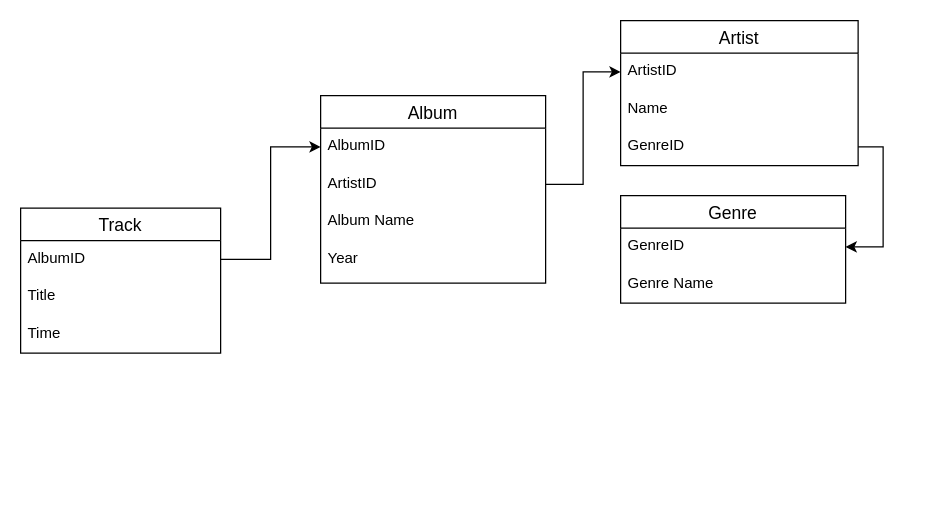
This is Untitled Diagram.drawio from Ssafontsev/ht, a draw.io file, before an edit. Source tidied: cells renumbered, new cells numbered last; positions are measured from the earlier drawing's top-left corner, leaving out a move shared by most shapes. Both pictures are drawn from the tidied source at 125%, with x=0, y=0 at pixel (20, 20).
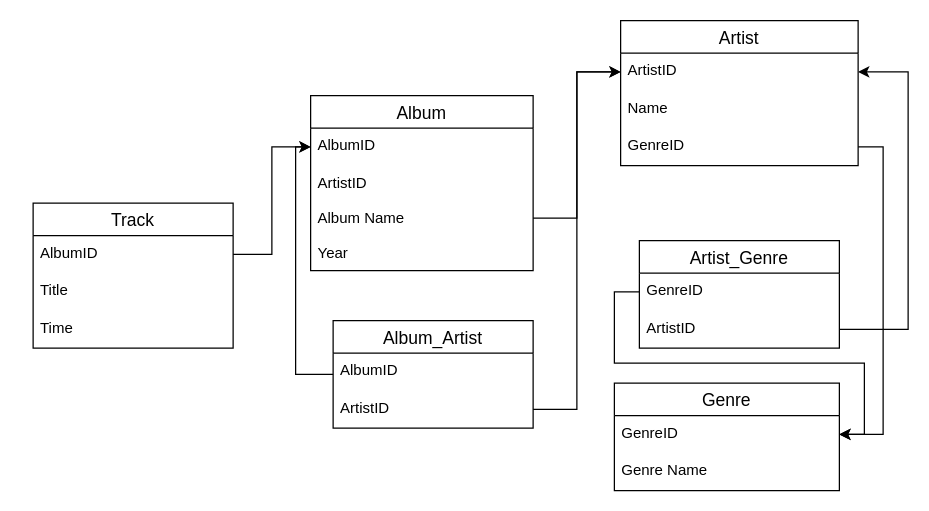
Above is the later version.

The change refers to these unchanged cells:
```xml
<mxCell id="7" value="ArtistID" style="text;strokeColor=none;fillColor=none;spacingLeft=4;spacingRight=4;overflow=hidden;points=[[0,0.5],[1,0.5]];portConstraint=eastwest;fontSize=12;" parent="6" vertex="1">
  <mxGeometry y="26" width="190" height="30" as="geometry" />
</mxCell>
<mxCell id="15" value="GenreID" style="text;strokeColor=none;fillColor=none;spacingLeft=4;spacingRight=4;overflow=hidden;points=[[0,0.5],[1,0.5]];portConstraint=eastwest;fontSize=12;" parent="14" vertex="1">
  <mxGeometry y="26" width="180" height="30" as="geometry" />
</mxCell>
```

The edit, as a diff of the source:
```diff
@@
     <mxCell id="2" value="Track" style="swimlane;fontStyle=0;horizontal=1;startSize=26;align=center;fontSize=14;" parent="1" vertex="1">
-      <mxGeometry y="150" width="160" height="116" as="geometry" />
+      <mxGeometry x="10" y="146" width="160" height="116" as="geometry" />
     </mxCell>
@@
-    <mxCell id="10" value="Album" style="swimlane;fontStyle=0;horizontal=1;startSize=26;align=center;fontSize=14;" parent="1" vertex="1">
-      <mxGeometry x="240" y="60" width="180" height="150" as="geometry" />
-    </mxCell>
-    <mxCell id="11" value="AlbumID" style="text;strokeColor=none;fillColor=none;spacingLeft=4;spacingRight=4;overflow=hidden;points=[[0,0.5],[1,0.5]];portConstraint=eastwest;fontSize=12;" parent="10" vertex="1">
-      <mxGeometry y="26" width="180" height="30" as="geometry" />
-    </mxCell>
-    <mxCell id="12" value="ArtistID" style="text;strokeColor=none;fillColor=none;spacingLeft=4;spacingRight=4;overflow=hidden;points=[[0,0.5],[1,0.5]];portConstraint=eastwest;fontSize=12;" parent="10" vertex="1">
-      <mxGeometry y="56" width="180" height="30" as="geometry" />
-    </mxCell>
-    <mxCell id="13" value="Album Name&#10;" style="text;strokeColor=none;fillColor=none;spacingLeft=4;spacingRight=4;overflow=hidden;fontSize=12;" parent="10" vertex="1">
-      <mxGeometry y="86" width="180" height="64" as="geometry" />
-    </mxCell>
     <mxCell id="14" value="Genre" style="swimlane;fontStyle=0;horizontal=1;startSize=26;align=center;fontSize=14;" parent="1" vertex="1">
-      <mxGeometry x="480" y="140" width="180" height="86" as="geometry" />
+      <mxGeometry x="475" y="290" width="180" height="86" as="geometry" />
     </mxCell>
@@
-    <mxCell id="18" value="Year" style="text;strokeColor=none;fillColor=none;spacingLeft=4;spacingRight=4;overflow=hidden;fontSize=12;" parent="1" vertex="1">
-      <mxGeometry x="240" y="176" width="160" height="30" as="geometry" />
-    </mxCell>
@@
+    <mxCell id="21" value="Artist_Genre" style="swimlane;fontStyle=0;horizontal=1;startSize=26;align=center;fontSize=14;" parent="1" vertex="1">
+      <mxGeometry x="495" y="176" width="160" height="86" as="geometry" />
+    </mxCell>
+    <mxCell id="22" value="GenreID&#10;" style="text;strokeColor=none;fillColor=none;spacingLeft=4;spacingRight=4;overflow=hidden;points=[[0,0.5],[1,0.5]];portConstraint=eastwest;fontSize=12;" parent="21" vertex="1">
+      <mxGeometry y="26" width="160" height="30" as="geometry" />
+    </mxCell>
+    <mxCell id="23" value="ArtistID" style="text;strokeColor=none;fillColor=none;spacingLeft=4;spacingRight=4;overflow=hidden;points=[[0,0.5],[1,0.5]];portConstraint=eastwest;fontSize=12;" parent="21" vertex="1">
+      <mxGeometry y="56" width="160" height="30" as="geometry" />
+    </mxCell>
+    <mxCell id="24" style="edgeStyle=orthogonalEdgeStyle;rounded=0;jettySize=auto;html=1;exitX=0;exitY=0.5;exitDx=0;exitDy=0;" parent="1" edge="1" source="22" target="15">
+      <mxGeometry relative="1" as="geometry" />
+    </mxCell>
+    <mxCell id="25" style="edgeStyle=orthogonalEdgeStyle;rounded=0;jettySize=auto;html=1;exitX=1;exitY=0.5;exitDx=0;exitDy=0;entryX=1;entryY=0.5;entryDx=0;entryDy=0;" parent="1" edge="1" source="23" target="7">
+      <mxGeometry relative="1" as="geometry">
+        <Array as="points">
+          <mxPoint x="710" y="247" />
+          <mxPoint x="710" y="41" />
+        </Array>
+      </mxGeometry>
+    </mxCell>
+    <mxCell id="26" style="edgeStyle=orthogonalEdgeStyle;rounded=0;jettySize=auto;html=1;entryX=0;entryY=0.5;entryDx=0;entryDy=0;" parent="1" edge="1" source="27" target="11">
+      <mxGeometry relative="1" as="geometry">
+        <Array as="points">
+          <mxPoint x="220" y="283" />
+          <mxPoint x="220" y="101" />
+        </Array>
+      </mxGeometry>
+    </mxCell>
+    <mxCell id="27" value="Album_Artist" style="swimlane;fontStyle=0;horizontal=1;startSize=26;align=center;fontSize=14;strokeColor=#000000;" parent="1" vertex="1">
+      <mxGeometry x="250" y="240" width="160" height="86" as="geometry" />
+    </mxCell>
+    <mxCell id="28" value="AlbumID" style="text;strokeColor=none;fillColor=none;spacingLeft=4;spacingRight=4;overflow=hidden;fontSize=12;" parent="27" vertex="1">
+      <mxGeometry y="26" width="160" height="30" as="geometry" />
+    </mxCell>
+    <mxCell id="29" value="ArtistID" style="text;strokeColor=none;fillColor=none;spacingLeft=4;spacingRight=4;overflow=hidden;points=[[0,0.5],[1,0.5]];portConstraint=eastwest;fontSize=12;" parent="27" vertex="1">
+      <mxGeometry y="56" width="160" height="30" as="geometry" />
+    </mxCell>
+    <mxCell id="30" style="edgeStyle=orthogonalEdgeStyle;rounded=0;jettySize=auto;html=1;exitX=1;exitY=0.5;exitDx=0;exitDy=0;entryX=0;entryY=0.5;entryDx=0;entryDy=0;" parent="1" edge="1" source="29" target="7">
+      <mxGeometry relative="1" as="geometry" />
+    </mxCell>
+    <mxCell id="10" value="Album" style="swimlane;fontStyle=0;horizontal=1;startSize=26;align=center;fontSize=14;" parent="1" vertex="1">
+      <mxGeometry x="232" y="60" width="178" height="140" as="geometry" />
+    </mxCell>
+    <mxCell id="11" value="AlbumID" style="text;strokeColor=none;fillColor=none;spacingLeft=4;spacingRight=4;overflow=hidden;points=[[0,0.5],[1,0.5]];portConstraint=eastwest;fontSize=12;" parent="10" vertex="1">
+      <mxGeometry y="26" width="178" height="30" as="geometry" />
+    </mxCell>
+    <mxCell id="12" value="ArtistID&#10;&#10;Album Name&#10;&#10;Year" style="text;strokeColor=none;fillColor=none;spacingLeft=4;spacingRight=4;overflow=hidden;points=[[0,0.5],[1,0.5]];portConstraint=eastwest;fontSize=12;" parent="10" vertex="1">
+      <mxGeometry y="56" width="178" height="84" as="geometry" />
+    </mxCell>
```
